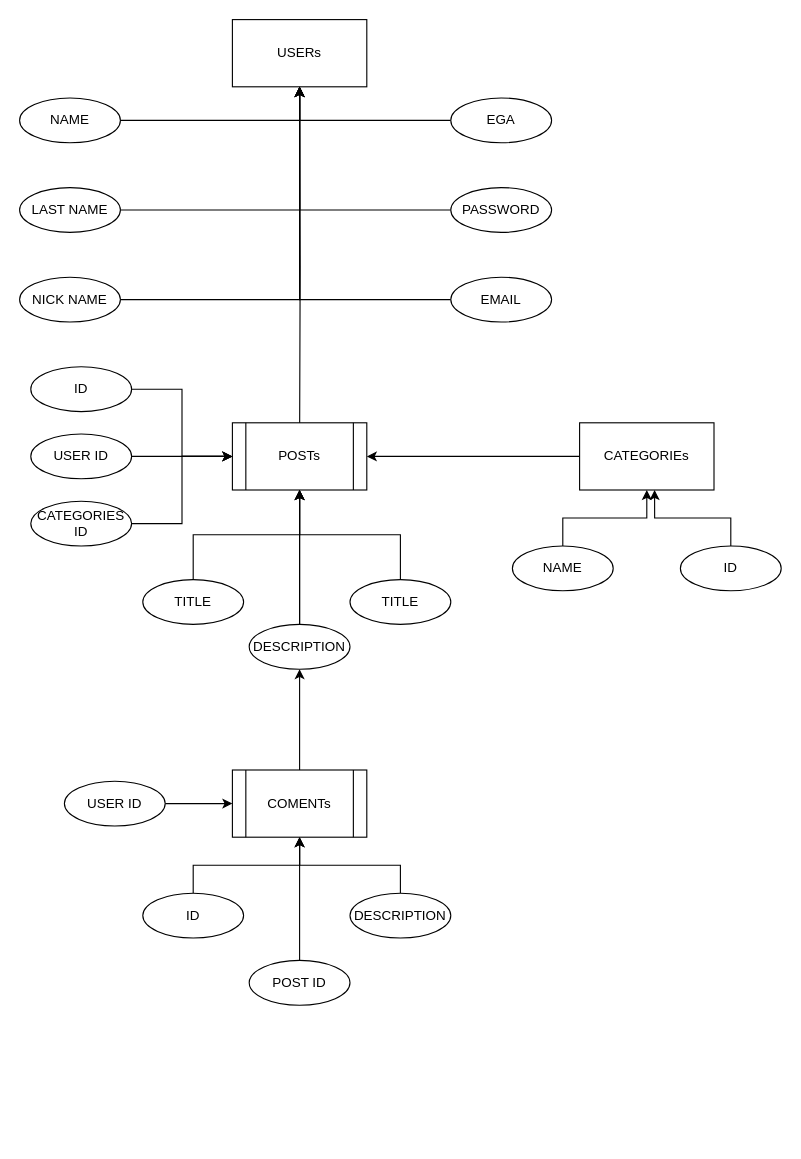
luisferllub230/draw.io keeps this draw.io diagram as blogpost.drawio. Above is the earlier version. Source tidied: cells renumbered, new cells numbered last; positions are measured from the earlier drawing's top-left corner, leaving out a move shared by most shapes. Both pictures are drawn from the tidied source at 112%, with x=0, y=0 at pixel (19, 19).
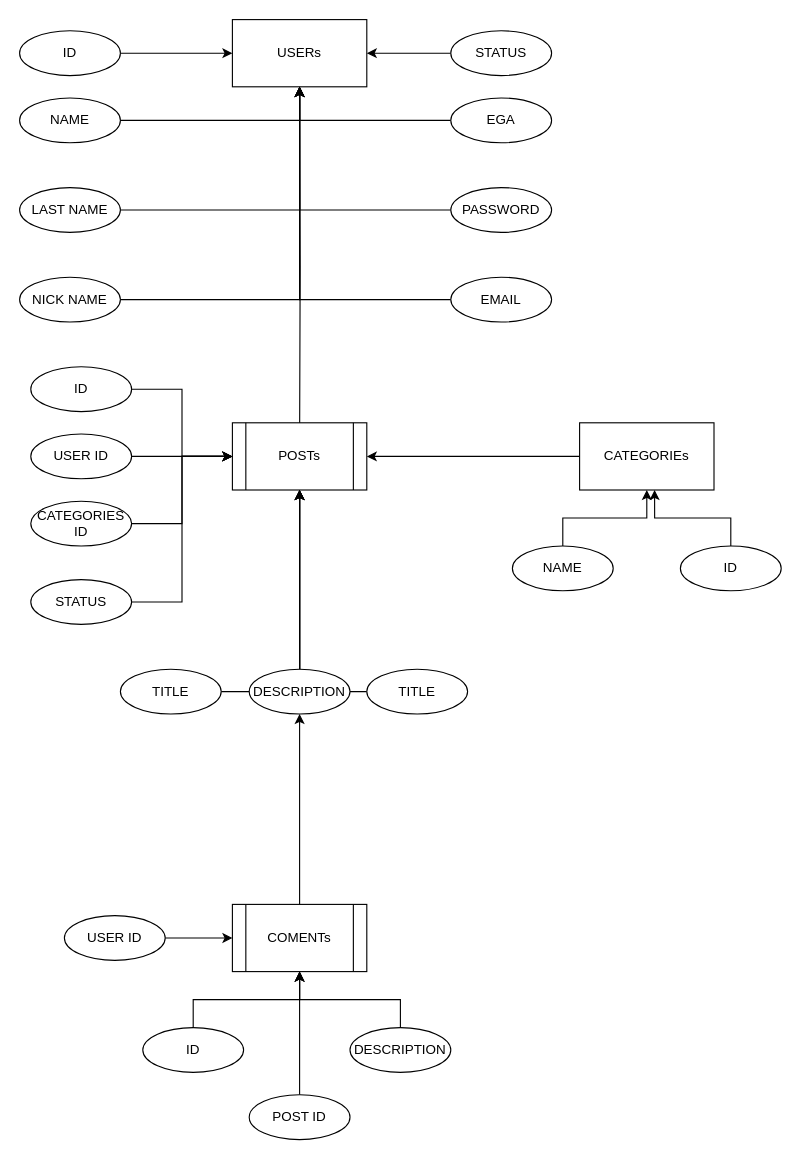
The same diagram, later.

The change refers to these unchanged cells:
```xml
<mxCell id="3" value="USERs" style="rounded=0;whiteSpace=wrap;html=1;" parent="1" vertex="1">
  <mxGeometry x="190" width="120" height="60" as="geometry" />
</mxCell>
<mxCell id="21" value="POSTs" style="shape=process;whiteSpace=wrap;html=1;backgroundOutline=1;" parent="1" vertex="1">
  <mxGeometry x="190" y="360" width="120" height="60" as="geometry" />
</mxCell>
```

The edit, as a diff of the source:
```diff
@@
-    <mxCell id="7" style="edgeStyle=orthogonalEdgeStyle;rounded=0;jettySize=auto;html=1;entryX=0.5;entryY=1;entryDx=0;entryDy=0;" parent="1" edge="1" source="8" target="21">
+    <mxCell id="7" style="edgeStyle=orthogonalEdgeStyle;rounded=0;jettySize=auto;html=1;entryX=0.5;entryY=1;entryDx=0;entryDy=0;" parent="1" edge="1" source="12" target="21">
       <mxGeometry relative="1" as="geometry" />
     </mxCell>
+    <mxCell id="46" style="edgeStyle=orthogonalEdgeStyle;rounded=0;jettySize=auto;html=1;entryX=0.5;entryY=1;entryDx=0;entryDy=0;" parent="1" edge="1" source="8" target="21">
+      <mxGeometry relative="1" as="geometry" />
+    </mxCell>
     <mxCell id="8" value="TITLE" style="ellipse;whiteSpace=wrap;html=1;" parent="1" vertex="1">
-      <mxGeometry x="110" y="500" width="90" height="40" as="geometry" />
+      <mxGeometry x="90" y="580" width="90" height="40" as="geometry" />
     </mxCell>
@@
     <mxCell id="10" style="edgeStyle=orthogonalEdgeStyle;rounded=0;jettySize=auto;html=1;entryX=0.5;entryY=1;entryDx=0;entryDy=0;" parent="1" edge="1" source="11" target="21">
-      <mxGeometry relative="1" as="geometry" />
+      <mxGeometry relative="1" as="geometry">
+        <Array as="points">
+          <mxPoint x="250" y="600" />
+        </Array>
+      </mxGeometry>
     </mxCell>
     <mxCell id="11" value="TITLE" style="ellipse;whiteSpace=wrap;html=1;" parent="1" vertex="1">
-      <mxGeometry x="295" y="500" width="90" height="40" as="geometry" />
+      <mxGeometry x="310" y="580" width="90" height="40" as="geometry" />
     </mxCell>
-    <mxCell id="12" value="DESCRIPTION" style="ellipse;whiteSpace=wrap;html=1;" parent="1" vertex="1">
-      <mxGeometry x="205" y="540" width="90" height="40" as="geometry" />
-    </mxCell>
@@
     <mxCell id="14" value="COMENTs" style="shape=process;whiteSpace=wrap;html=1;backgroundOutline=1;" parent="1" vertex="1">
-      <mxGeometry x="190" y="670" width="120" height="60" as="geometry" />
+      <mxGeometry x="190" y="790" width="120" height="60" as="geometry" />
     </mxCell>
@@
     <mxCell id="37" value="ID" style="ellipse;whiteSpace=wrap;html=1;" parent="1" vertex="1">
-      <mxGeometry x="110" y="780" width="90" height="40" as="geometry" />
+      <mxGeometry x="110" y="900" width="90" height="40" as="geometry" />
     </mxCell>
@@
     <mxCell id="39" value="DESCRIPTION" style="ellipse;whiteSpace=wrap;html=1;" parent="1" vertex="1">
-      <mxGeometry x="295" y="780" width="90" height="40" as="geometry" />
+      <mxGeometry x="295" y="900" width="90" height="40" as="geometry" />
     </mxCell>
@@
     <mxCell id="41" value="POST ID" style="ellipse;whiteSpace=wrap;html=1;" parent="1" vertex="1">
-      <mxGeometry x="205" y="840" width="90" height="40" as="geometry" />
+      <mxGeometry x="205" y="960" width="90" height="40" as="geometry" />
     </mxCell>
@@
     <mxCell id="43" value="USER ID" style="ellipse;whiteSpace=wrap;html=1;" parent="1" vertex="1">
-      <mxGeometry x="40" y="680" width="90" height="40" as="geometry" />
+      <mxGeometry x="40" y="800" width="90" height="40" as="geometry" />
     </mxCell>
@@
+    <mxCell id="47" style="edgeStyle=orthogonalEdgeStyle;rounded=0;jettySize=auto;html=1;entryX=0;entryY=0.5;entryDx=0;entryDy=0;" parent="1" edge="1" source="48" target="21">
+      <mxGeometry relative="1" as="geometry" />
+    </mxCell>
+    <mxCell id="48" value="STATUS" style="ellipse;whiteSpace=wrap;html=1;" parent="1" vertex="1">
+      <mxGeometry x="10" y="500" width="90" height="40" as="geometry" />
+    </mxCell>
+    <mxCell id="12" value="DESCRIPTION" style="ellipse;whiteSpace=wrap;html=1;" parent="1" vertex="1">
+      <mxGeometry x="205" y="580" width="90" height="40" as="geometry" />
+    </mxCell>
+    <mxCell id="49" style="edgeStyle=orthogonalEdgeStyle;rounded=0;jettySize=auto;html=1;entryX=1;entryY=0.5;entryDx=0;entryDy=0;" parent="1" edge="1" source="50" target="3">
+      <mxGeometry relative="1" as="geometry" />
+    </mxCell>
+    <mxCell id="50" value="STATUS" style="ellipse;whiteSpace=wrap;html=1;" parent="1" vertex="1">
+      <mxGeometry x="385" y="10" width="90" height="40" as="geometry" />
+    </mxCell>
+    <mxCell id="51" style="edgeStyle=orthogonalEdgeStyle;rounded=0;jettySize=auto;html=1;entryX=0;entryY=0.5;entryDx=0;entryDy=0;" parent="1" edge="1" source="52" target="3">
+      <mxGeometry relative="1" as="geometry" />
+    </mxCell>
+    <mxCell id="52" value="ID" style="ellipse;whiteSpace=wrap;html=1;" parent="1" vertex="1">
+      <mxGeometry y="10" width="90" height="40" as="geometry" />
+    </mxCell>
```
